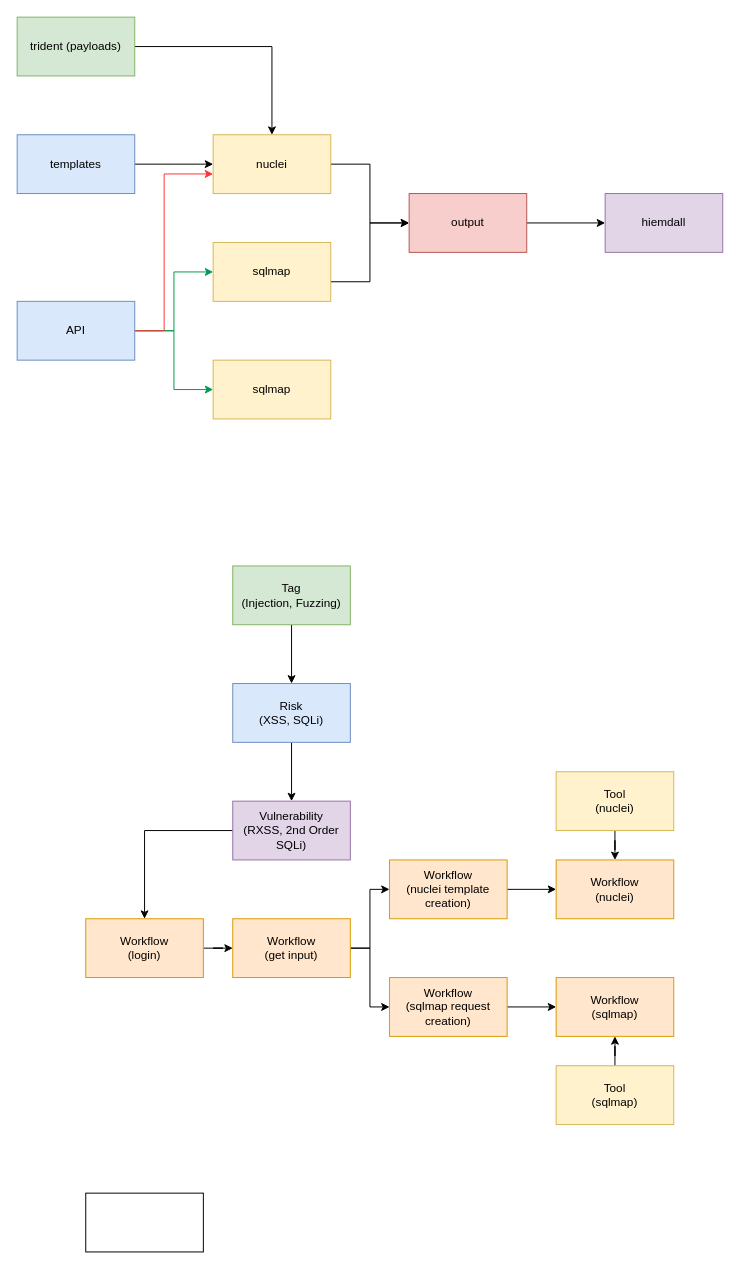
Before: page "yggdrasil" (8 of 11) of scanning_engine.drawio in abhijitacharya793/bolt, a draw.io diagram. Source tidied: cells renumbered, new cells numbered last; positions are measured from the earlier drawing's top-left corner, leaving out a move shared by most shapes. Both pictures are drawn from the tidied source at 98%, with x=0, y=0 at pixel (17, 17).
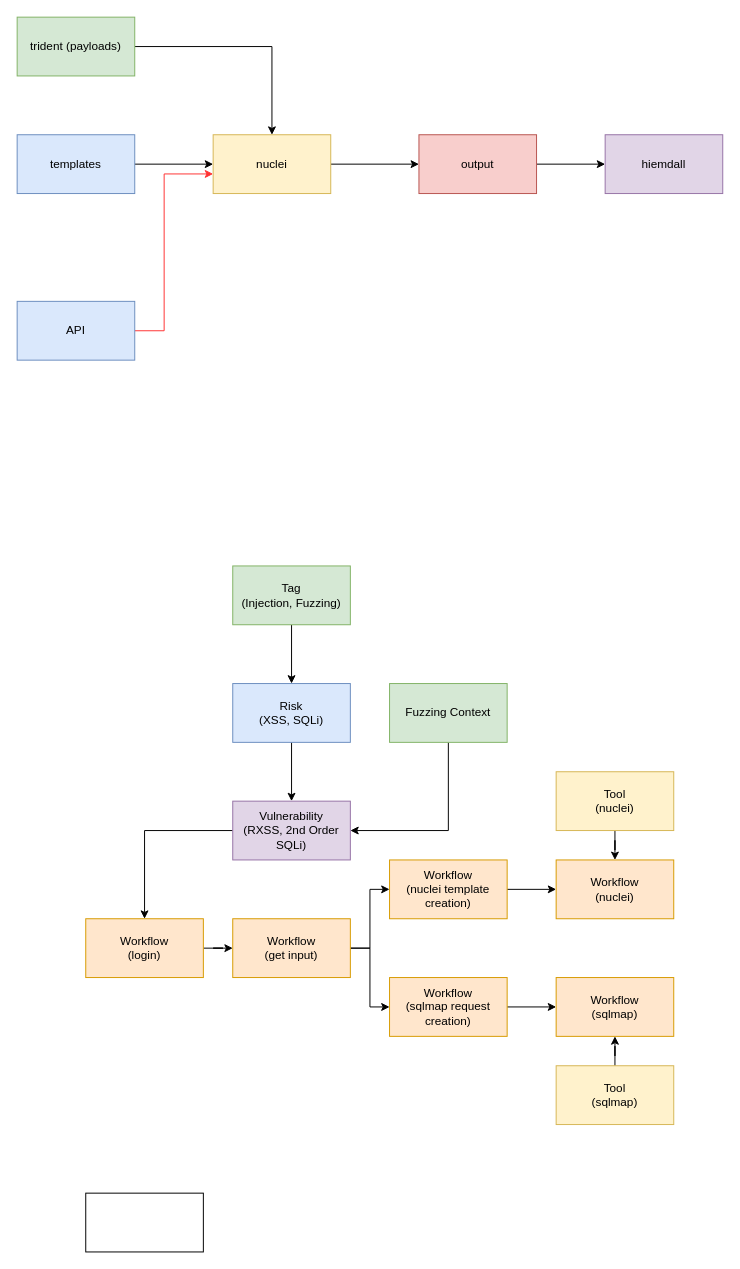
After the change.

Unchanged cells that the change refers to:
```xml
<mxCell id="17" value="API" style="whiteSpace=wrap;html=1;fillColor=#dae8fc;strokeColor=#6c8ebf;" parent="1" vertex="1">
  <mxGeometry y="290" width="120" height="60" as="geometry" />
</mxCell>
<mxCell id="23" value="Vulnerability&lt;br&gt;(RXSS, 2nd Order SQLi)" style="whiteSpace=wrap;html=1;rounded=0;fillColor=#e1d5e7;strokeColor=#9673a6;" parent="1" vertex="1">
  <mxGeometry x="220" y="800" width="120" height="60" as="geometry" />
</mxCell>
```

Diff of the diagram source:
```diff
@@
     <mxCell id="9" value="output" style="rounded=0;whiteSpace=wrap;html=1;fillColor=#f8cecc;strokeColor=#b85450;" parent="1" vertex="1">
-      <mxGeometry x="400" y="180" width="120" height="60" as="geometry" />
+      <mxGeometry x="410" y="120" width="120" height="60" as="geometry" />
     </mxCell>
     <mxCell id="10" value="hiemdall" style="rounded=0;whiteSpace=wrap;html=1;fillColor=#e1d5e7;strokeColor=#9673a6;" parent="1" vertex="1">
-      <mxGeometry x="600" y="180" width="120" height="60" as="geometry" />
+      <mxGeometry x="600" y="120" width="120" height="60" as="geometry" />
     </mxCell>
-    <mxCell id="11" style="edgeStyle=orthogonalEdgeStyle;rounded=0;jettySize=auto;html=1;" parent="1" edge="1" source="12" target="9">
-      <mxGeometry relative="1" as="geometry">
-        <Array as="points">
-          <mxPoint x="360" y="270" />
-          <mxPoint x="360" y="210" />
-        </Array>
-      </mxGeometry>
-    </mxCell>
-    <mxCell id="12" value="sqlmap" style="rounded=0;whiteSpace=wrap;html=1;fillColor=#fff2cc;strokeColor=#d6b656;" parent="1" vertex="1">
-      <mxGeometry x="200" y="230" width="120" height="60" as="geometry" />
-    </mxCell>
-    <mxCell id="13" value="sqlmap" style="rounded=0;whiteSpace=wrap;html=1;fillColor=#fff2cc;strokeColor=#d6b656;" parent="1" vertex="1">
-      <mxGeometry x="200" y="350" width="120" height="60" as="geometry" />
-    </mxCell>
-    <mxCell id="14" style="edgeStyle=orthogonalEdgeStyle;rounded=0;jettySize=auto;html=1;strokeColor=#00994D;" parent="1" edge="1" source="17" target="12">
-      <mxGeometry relative="1" as="geometry" />
-    </mxCell>
-    <mxCell id="15" style="edgeStyle=orthogonalEdgeStyle;rounded=0;jettySize=auto;html=1;strokeColor=#00994D;" parent="1" edge="1" source="17" target="13">
-      <mxGeometry relative="1" as="geometry" />
-    </mxCell>
@@
+    <mxCell id="40" style="edgeStyle=orthogonalEdgeStyle;rounded=0;jettySize=auto;html=1;" parent="1" edge="1" source="41" target="23">
+      <mxGeometry relative="1" as="geometry">
+        <Array as="points">
+          <mxPoint x="440" y="830" />
+        </Array>
+      </mxGeometry>
+    </mxCell>
+    <mxCell id="41" value="Fuzzing Context" style="rounded=0;whiteSpace=wrap;html=1;fillColor=#d5e8d4;strokeColor=#82b366;" parent="1" vertex="1">
+      <mxGeometry x="380" y="680" width="120" height="60" as="geometry" />
+    </mxCell>
```
